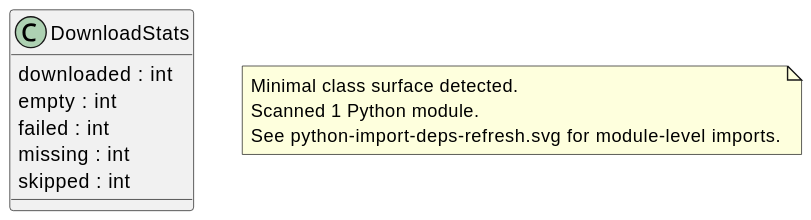
The PlantUML diagram docs/diagrams/python-classes.puml.svg in casonk/zillow-public-data, before a commit.
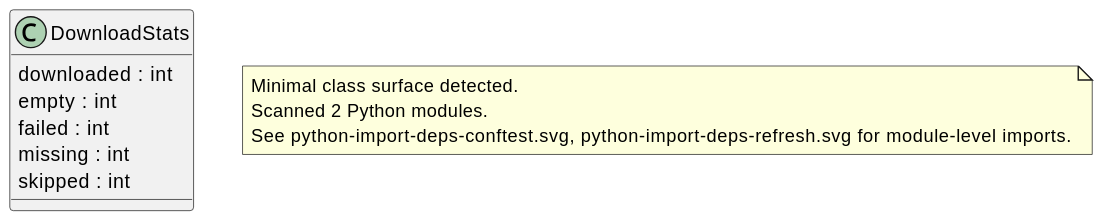
Above is the later version.

Change to the diagram source:
```diff
@@ -9,7 +9,7 @@
 }
 note as archilityPythonSurfaceNote
 Minimal class surface detected.
-Scanned 1 Python module.
-See python-import-deps-refresh.svg for module-level imports.
+Scanned 2 Python modules.
+See python-import-deps-conftest.svg, python-import-deps-refresh.svg for module-level imports.
 end note
 @enduml
```
